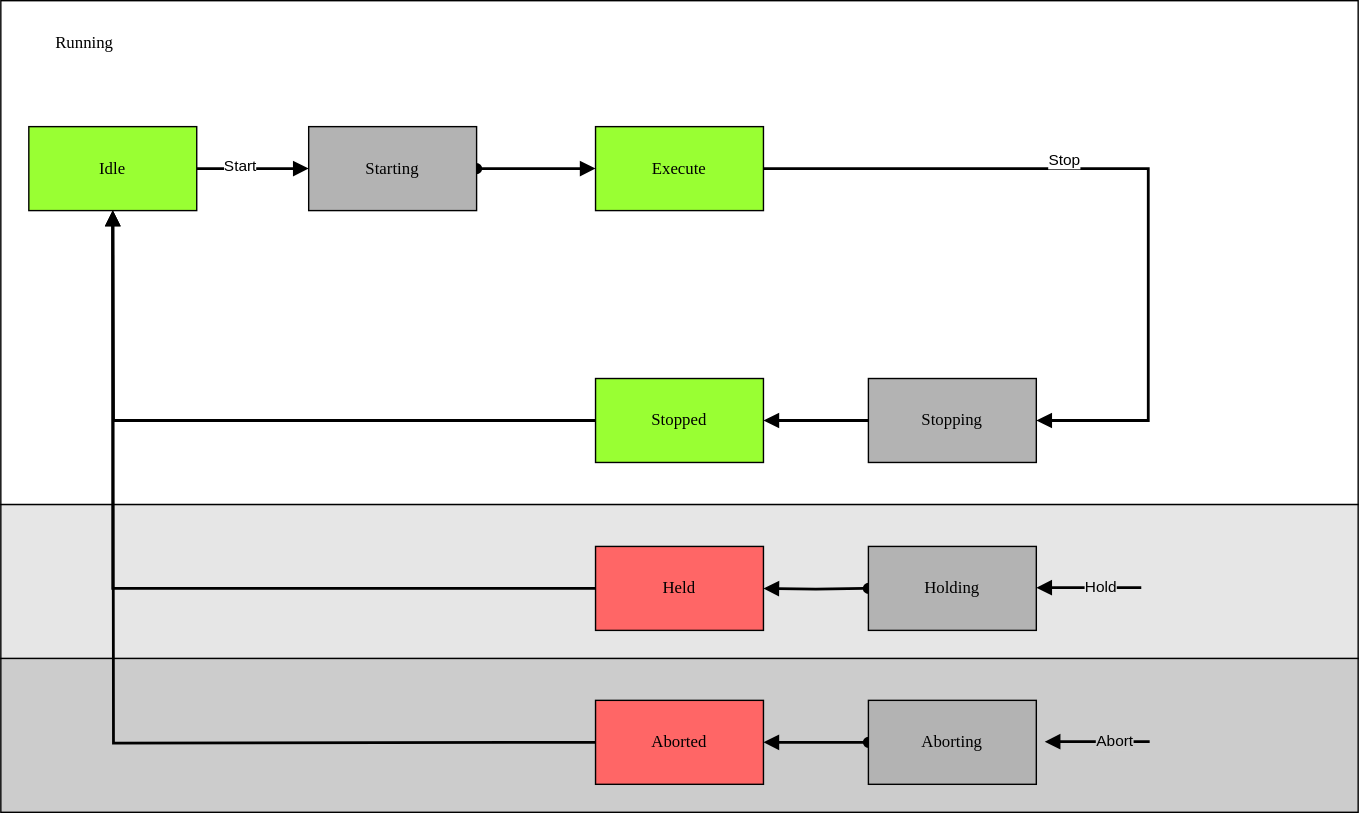
Before: docs/StateMachine.drawio.svg, a diagram exported from draw.io (PeterZerlauth/Tc3_Component). Source tidied: cells renumbered, new cells last; positions are measured from the earlier drawing's top-left corner, leaving out a move shared by most shapes.
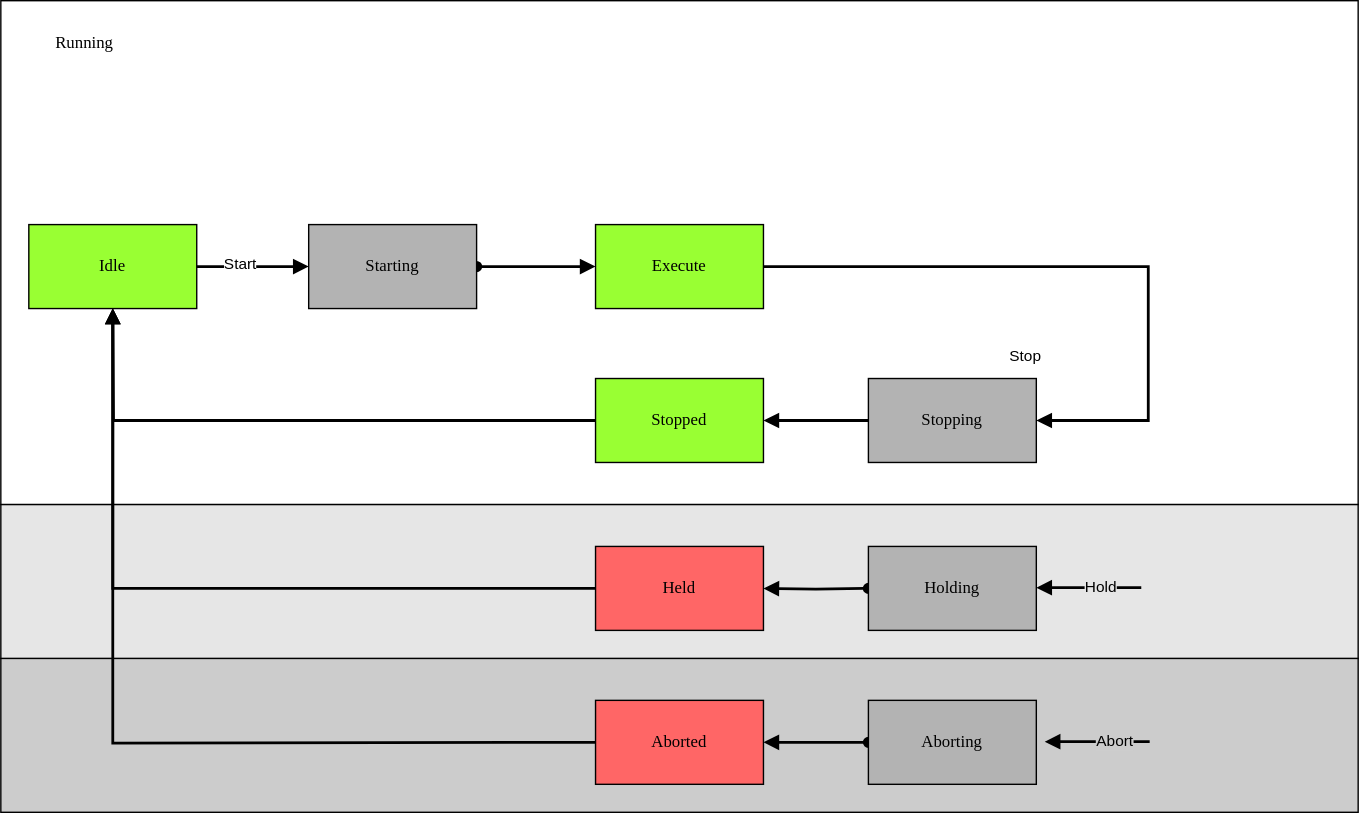
After the commit.

Diff of the diagram source:
```diff
@@ -12,7 +12,7 @@
       <mxGeometry width="970" height="360" as="geometry" />
     </mxCell>
     <mxCell id="5" value="Execute" style="rounded=0;whiteSpace=wrap;html=1;arcSize=24;fillColor=#99FF33;strokeColor=#000000;shadow=0;comic=0;labelBackgroundColor=none;fontFamily=Verdana;fontSize=12;fontColor=#000000;align=center;" parent="1" vertex="1">
-      <mxGeometry x="425" y="90" width="120" height="60" as="geometry" />
+      <mxGeometry x="425" y="160" width="120" height="60" as="geometry" />
     </mxCell>
     <mxCell id="6" style="edgeStyle=orthogonalEdgeStyle;rounded=0;jettySize=auto;html=1;strokeColor=default;align=center;verticalAlign=middle;fontFamily=Helvetica;fontSize=11;fontColor=default;labelBackgroundColor=default;endArrow=block;endFill=1;entryX=0;entryY=0.5;entryDx=0;entryDy=0;strokeWidth=2;" parent="1" edge="1" source="8" target="15">
       <mxGeometry relative="1" as="geometry" />
@@ -21,7 +21,7 @@
       <mxGeometry x="-0.25" y="3" relative="1" as="geometry" />
     </mxCell>
     <mxCell id="8" value="Idle" style="rounded=0;whiteSpace=wrap;html=1;arcSize=24;fillColor=#99FF33;strokeColor=#000000;shadow=0;comic=0;labelBackgroundColor=none;fontFamily=Verdana;fontSize=12;fontColor=#000000;align=center;" parent="1" vertex="1">
-      <mxGeometry x="20" y="90" width="120" height="60" as="geometry" />
+      <mxGeometry x="20" y="160" width="120" height="60" as="geometry" />
     </mxCell>
     <mxCell id="9" style="edgeStyle=orthogonalEdgeStyle;rounded=0;jettySize=auto;html=1;entryX=0.5;entryY=1;entryDx=0;entryDy=0;strokeColor=default;align=center;verticalAlign=middle;fontFamily=Helvetica;fontSize=11;fontColor=default;labelBackgroundColor=default;endArrow=block;endFill=1;strokeWidth=2;" parent="1" edge="1" source="10" target="8">
       <mxGeometry relative="1" as="geometry" />
@@ -44,7 +44,7 @@
       <mxGeometry relative="1" as="geometry" />
     </mxCell>
     <mxCell id="15" value="Starting" style="rounded=0;whiteSpace=wrap;html=1;arcSize=24;fillColor=#B3B3B3;strokeColor=#000000;shadow=0;comic=0;labelBackgroundColor=none;fontFamily=Verdana;fontSize=12;fontColor=#000000;align=center;" parent="1" vertex="1">
-      <mxGeometry x="220" y="90" width="120" height="60" as="geometry" />
+      <mxGeometry x="220" y="160" width="120" height="60" as="geometry" />
     </mxCell>
     <mxCell id="16" value="Holding" style="rounded=0;whiteSpace=wrap;html=1;arcSize=24;fillColor=#B3B3B3;strokeColor=#000000;shadow=0;comic=0;labelBackgroundColor=none;fontFamily=Verdana;fontSize=12;fontColor=#000000;align=center;" parent="1" vertex="1">
       <mxGeometry x="620" y="390" width="120" height="60" as="geometry" />
@@ -88,27 +88,25 @@
     </mxCell>
     <mxCell id="26" style="edgeStyle=orthogonalEdgeStyle;rounded=0;jettySize=auto;html=1;strokeColor=default;align=center;verticalAlign=middle;fontFamily=Helvetica;fontSize=11;fontColor=default;labelBackgroundColor=default;endArrow=block;endFill=1;strokeWidth=2;exitX=0;exitY=0.5;exitDx=0;exitDy=0;" parent="1" edge="1" source="23">
       <mxGeometry relative="1" as="geometry">
-        <mxPoint x="80" y="150" as="targetPoint" />
+        <mxPoint x="80" y="220" as="targetPoint" />
       </mxGeometry>
     </mxCell>
-    <mxCell id="27" style="edgeStyle=orthogonalEdgeStyle;rounded=0;orthogonalLoop=1;jettySize=auto;html=1;strokeColor=default;align=center;verticalAlign=middle;fontFamily=Helvetica;fontSize=11;fontColor=default;labelBackgroundColor=default;endArrow=block;endFill=1;strokeWidth=2;" parent="1" edge="1">
+    <mxCell id="27" style="edgeStyle=orthogonalEdgeStyle;rounded=0;jettySize=auto;html=1;strokeColor=default;align=center;verticalAlign=middle;fontFamily=Helvetica;fontSize=11;fontColor=default;labelBackgroundColor=default;endArrow=block;endFill=1;strokeWidth=2;entryX=0.5;entryY=1;entryDx=0;entryDy=0;" parent="1" edge="1" target="8">
       <mxGeometry relative="1" as="geometry">
         <mxPoint x="425" y="530" as="sourcePoint" />
-        <mxPoint x="80" y="150" as="targetPoint" />
       </mxGeometry>
     </mxCell>
-    <mxCell id="28" style="edgeStyle=orthogonalEdgeStyle;rounded=0;jettySize=auto;html=1;strokeColor=default;align=center;verticalAlign=middle;fontFamily=Helvetica;fontSize=11;fontColor=default;labelBackgroundColor=default;endArrow=block;endFill=1;strokeWidth=2;entryX=1;entryY=0.5;entryDx=0;entryDy=0;" parent="1" edge="1" target="24">
+    <mxCell id="28" style="edgeStyle=orthogonalEdgeStyle;rounded=0;jettySize=auto;html=1;strokeColor=default;align=center;verticalAlign=middle;fontFamily=Helvetica;fontSize=11;fontColor=default;labelBackgroundColor=default;endArrow=block;endFill=1;strokeWidth=2;entryX=1;entryY=0.5;entryDx=0;entryDy=0;exitX=1;exitY=0.5;exitDx=0;exitDy=0;" parent="1" edge="1" source="5" target="24">
       <mxGeometry relative="1" as="geometry">
-        <mxPoint x="545" y="120" as="sourcePoint" />
         <Array as="points">
-          <mxPoint x="820" y="120" />
+          <mxPoint x="820" y="190" />
           <mxPoint x="820" y="300" />
         </Array>
       </mxGeometry>
     </mxCell>
     <mxCell id="29" value="Stop" style="edgeLabel;html=1;align=center;verticalAlign=middle;fontFamily=Helvetica;fontSize=11;fontColor=default;labelBackgroundColor=#FFFFFF;" parent="28" vertex="1">
       <mxGeometry x="-0.2" y="3" relative="1" as="geometry">
-        <mxPoint y="-4" as="offset" />
+        <mxPoint y="66" as="offset" />
       </mxGeometry>
     </mxCell>
   </root>
```
